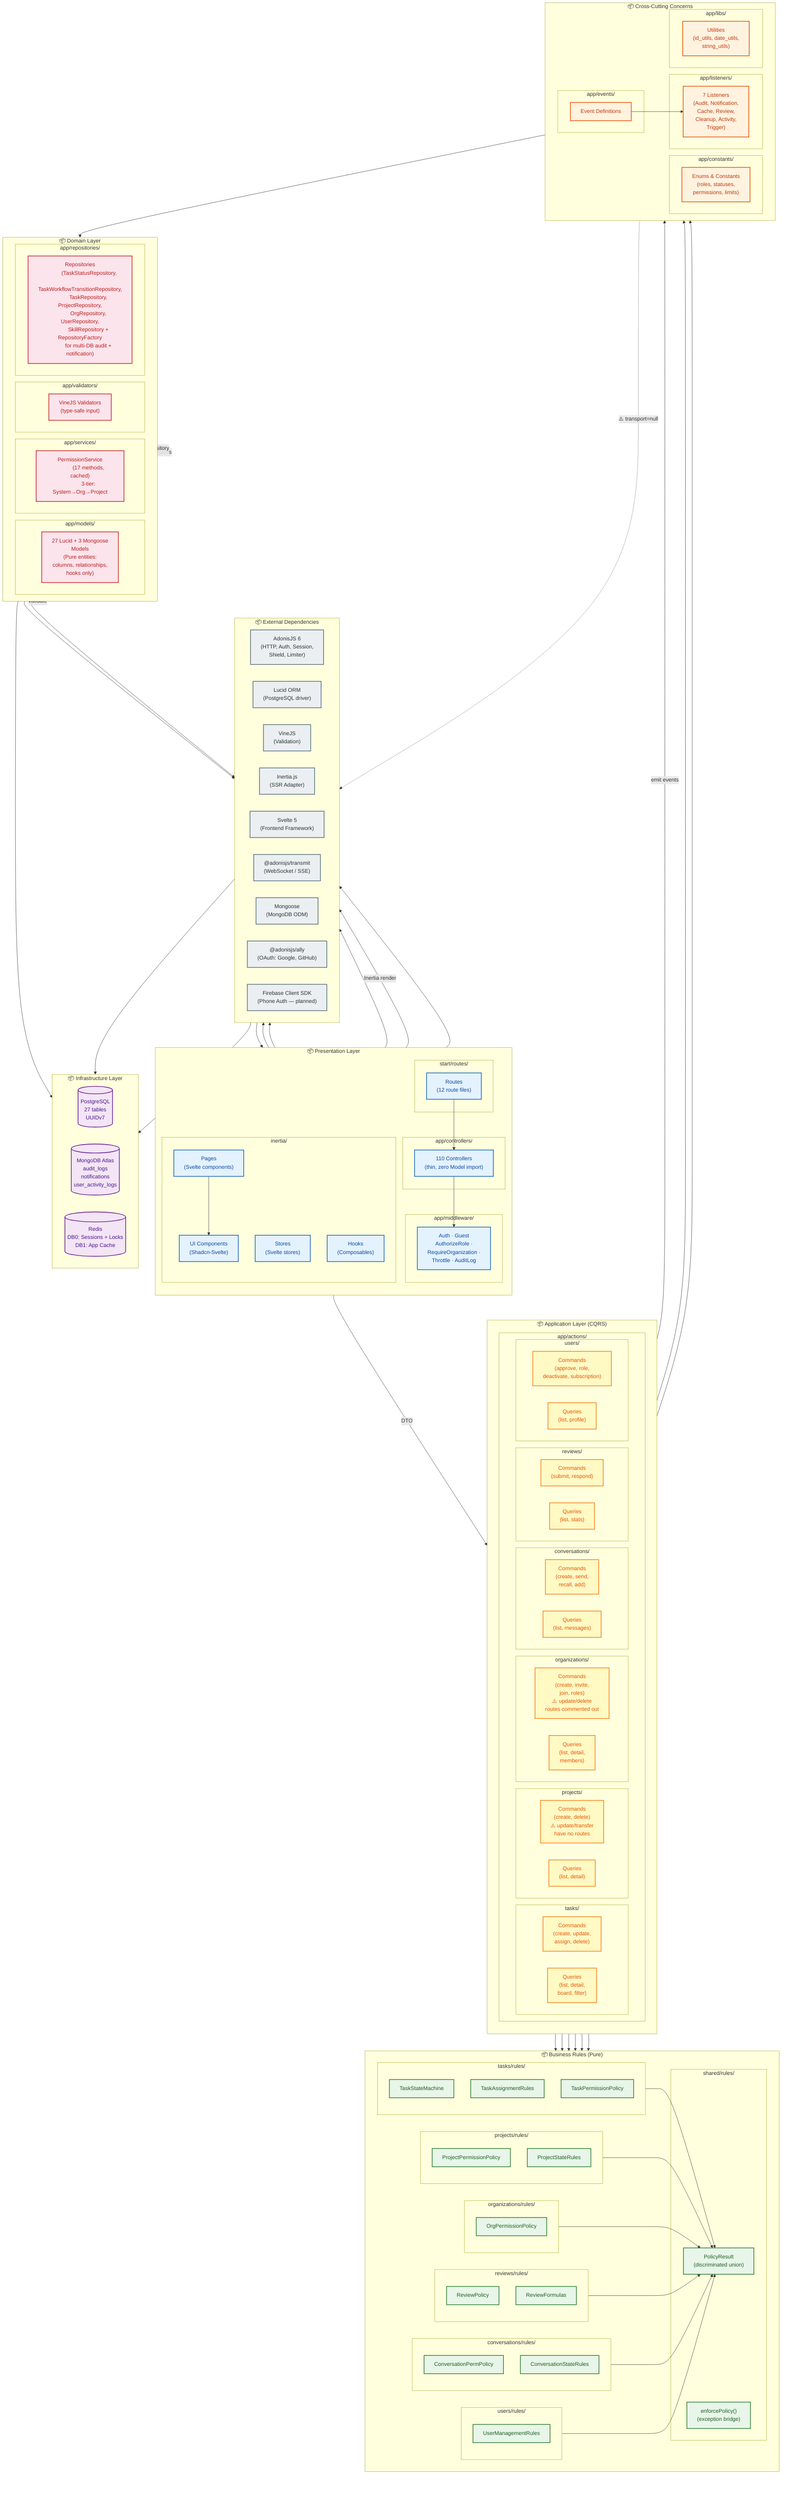
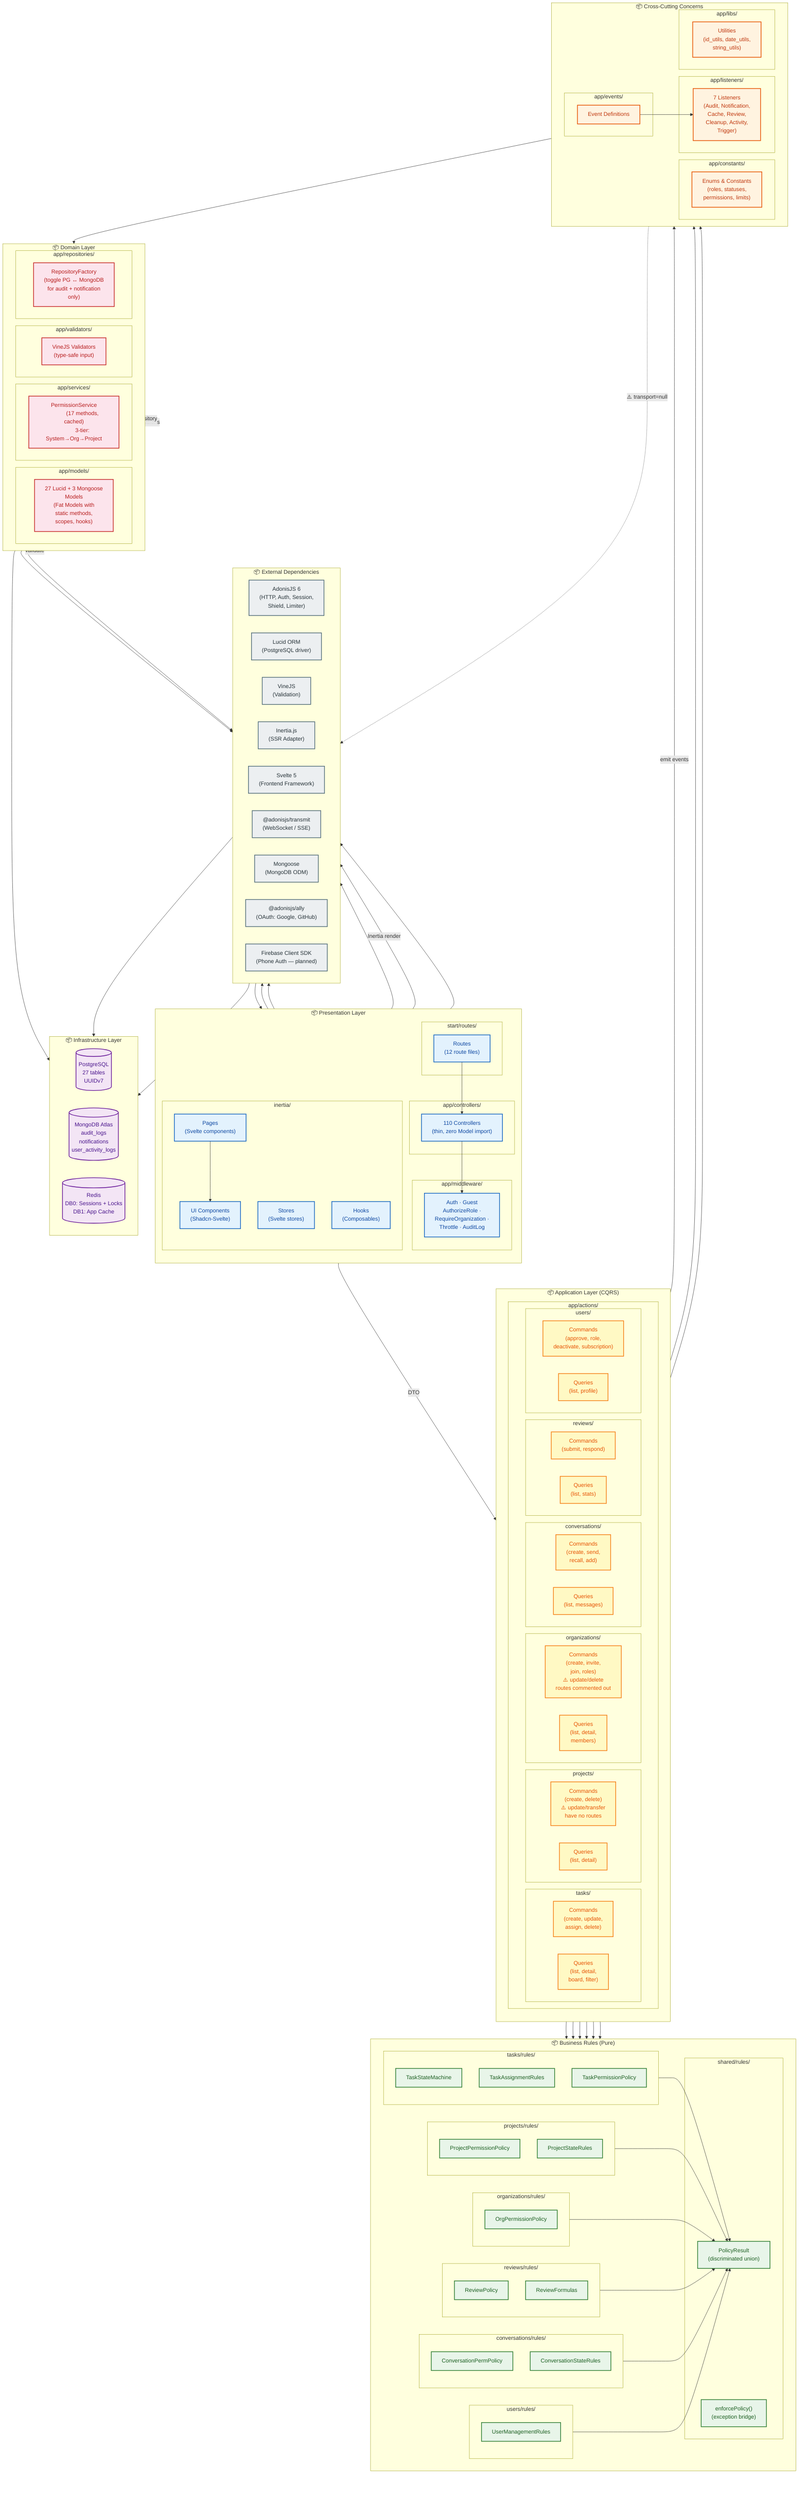
- %% ─────────────────────────────────────────────────────────────────────────────
- %% pkg_01_system_packages: Suar Platform — Full System Package Map (COMBINED)
- %% ─────────────────────────────────────────────────────────────────────────────
- %% NOTE: This is the combined reference diagram for all package layers.
- %% For easier reading, this diagram has been split into focused sub-diagrams:
- %%   pkg_01_overview.mmd          -- High-level 5-layer overview (start here)
- %%   pkg_02_application_layer.mmd -- CQRS Actions breakdown by domain
- %%   pkg_03_business_rules.mmd    -- Business rules (pure, zero DB deps)
- %%   pkg_04_domain_infra.mmd      -- Domain models, repos, DB backends
- %%   pkg_05_crosscutting.mmd      -- Events, Listeners, Constants, Libs
- %% ─────────────────────────────────────────────────────────────────────────────
- %% Greenwich Thesis -- shows module dependencies and package structure
+ %% Package Diagram: Suar Platform System Packages
+ %% Greenwich Thesis — shows module dependencies and package structure
%% Based on AdonisJS 6 + CQRS architecture
%% Cross-referenced with actual backend code 2024
- %% Fixed: Route count 10->12, Controller count 107->110
- %% Fixed: Middleware names (no Permission/SilentAuth)
- %% Fixed: Firebase is for phone auth only (NOT push notifications)
- %% Removed: NotificationService, AuditService (don't exist as classes)
- %% Fixed: Repositories cover all domain entities (not only audit/notification)
+ %% ❌ Fixed: Route count 10→12, Controller count 107→110
+ %% ❌ Fixed: Middleware names (no Permission/SilentAuth)
+ %% ❌ Fixed: Firebase is for phone auth only (NOT push notifications)
+ %% ❌ Removed: NotificationService, AuditService (don't exist as classes)
+ %% ❌ Fixed: Repositories are only for audit/notification (not general abstraction)

graph TD
    %% ==============================
    %% External Packages
    %% ==============================
    subgraph external["📦 External Dependencies"]
        direction LR
        ADONIS["AdonisJS 6
        (HTTP, Auth, Session,
        Shield, Limiter)"]
        LUCID["Lucid ORM
        (PostgreSQL driver)"]
        VINE["VineJS
        (Validation)"]
        INERTIA["Inertia.js
        (SSR Adapter)"]
        SVELTE["Svelte 5
        (Frontend Framework)"]
        TRANSMIT["@adonisjs/transmit
        (WebSocket / SSE)"]
        MONGOOSE["Mongoose
        (MongoDB ODM)"]
        ALLY["@adonisjs/ally
        (OAuth: Google, GitHub)"]
        FIREBASE["Firebase Client SDK
        (Phone Auth — planned)"]
    end

    %% ==============================
    %% Presentation Package
    %% ==============================
    subgraph presentation["📦 Presentation Layer"]
        direction TB
        subgraph routes_pkg["start/routes/"]
            ROUTES["Routes
            (12 route files)"]
        end
        subgraph controllers_pkg["app/controllers/"]
            CONTROLLERS["110 Controllers
            (thin, zero Model import)"]
        end
        subgraph middleware_pkg["app/middleware/"]
            MIDDLEWARE["Auth · Guest
            AuthorizeRole ·
            RequireOrganization ·
            Throttle · AuditLog"]
        end
        subgraph frontend_pkg["inertia/"]
            PAGES["Pages
            (Svelte components)"]
            STORES["Stores
            (Svelte stores)"]
            HOOKS["Hooks
            (Composables)"]
            COMPONENTS["UI Components
            (Shadcn-Svelte)"]
        end
    end

    %% ==============================
    %% Application Package (CQRS)
    %% ==============================
    subgraph application["📦 Application Layer (CQRS)"]
        direction TB
        subgraph actions_pkg["app/actions/"]
            direction LR
            subgraph task_actions["tasks/"]
                T_CMD["Commands
                (create, update,
                assign, delete)"]
                T_QRY["Queries
                (list, detail,
                board, filter)"]
            end
            subgraph project_actions["projects/"]
                P_CMD["Commands
                (create, delete)
                ⚠️ update/transfer
                have no routes"]
                P_QRY["Queries
                (list, detail)"]
            end
            subgraph org_actions["organizations/"]
                O_CMD["Commands
                (create, invite,
                join, roles)
                ⚠️ update/delete
                routes commented out"]
                O_QRY["Queries
                (list, detail,
                members)"]
            end
            subgraph conv_actions["conversations/"]
                C_CMD["Commands
                (create, send,
                recall, add)"]
                C_QRY["Queries
                (list, messages)"]
            end
            subgraph review_actions["reviews/"]
                R_CMD["Commands
                (submit, respond)"]
                R_QRY["Queries
                (list, stats)"]
            end
            subgraph user_actions["users/"]
                U_CMD["Commands
                (approve, role,
                deactivate, subscription)"]
                U_QRY["Queries
                (list, profile)"]
            end
        end
    end

    %% ==============================
    %% Rules Package (Pure Business Logic)
    %% ==============================
    subgraph rules["📦 Business Rules (Pure)"]
        direction LR
        subgraph shared_rules["shared/rules/"]
            POLICY_RESULT["PolicyResult
            (discriminated union)"]
            ENFORCE["enforcePolicy()
            (exception bridge)"]
        end
        subgraph task_rules["tasks/rules/"]
            TSM["TaskStateMachine"]
            TAR["TaskAssignmentRules"]
            TPP["TaskPermissionPolicy"]
        end
        subgraph project_rules["projects/rules/"]
            PPP["ProjectPermissionPolicy"]
            PSR["ProjectStateRules"]
        end
        subgraph org_rules["organizations/rules/"]
            OPP["OrgPermissionPolicy"]
        end
        subgraph review_rules_pkg["reviews/rules/"]
            RP["ReviewPolicy"]
            RF["ReviewFormulas"]
        end
        subgraph conv_rules["conversations/rules/"]
            CPP["ConversationPermPolicy"]
            CSR["ConversationStateRules"]
        end
        subgraph user_rules["users/rules/"]
            UMR["UserManagementRules"]
        end
    end

    %% ==============================
    %% Domain Package
    %% ==============================
    subgraph domain["📦 Domain Layer"]
        direction LR
        subgraph models_pkg["app/models/"]
            MODELS["27 Lucid + 3 Mongoose
            Models
-             (Pure entities:
-             columns, relationships,
-             hooks only)"]
+             (Fat Models with
+             static methods,
+             scopes, hooks)"]
        end
        subgraph services_pkg["app/services/"]
            PERM_SVC["PermissionService
            (17 methods, cached)
            3-tier: System→Org→Project"]
        end
        subgraph validators_pkg["app/validators/"]
            VALIDATORS["VineJS Validators
            (type-safe input)"]
        end
        subgraph repos_pkg["app/repositories/"]
-             REPOS["Repositories
-             (TaskStatusRepository,
-             TaskWorkflowTransitionRepository,
-             TaskRepository, ProjectRepository,
-             OrgRepository, UserRepository,
-             SkillRepository + RepositoryFactory
-             for multi-DB audit + notification)"]
+             REPOS["RepositoryFactory
+             (toggle PG ↔ MongoDB
+             for audit + notification
+             only)"]
        end
    end

    %% ==============================
    %% Infrastructure Package
    %% ==============================
    subgraph infrastructure["📦 Infrastructure Layer"]
        direction LR
        PG[("PostgreSQL
        27 tables
        UUIDv7")]
        MONGO[("MongoDB Atlas
        audit_logs
        notifications
        user_activity_logs")]
        REDIS[("Redis
        DB0: Sessions + Locks
        DB1: App Cache")]
    end

    %% ==============================
    %% Cross-Cutting Package
    %% ==============================
    subgraph crosscutting["📦 Cross-Cutting Concerns"]
        direction LR
        subgraph events_pkg["app/events/"]
            EVENTS["Event Definitions"]
        end
        subgraph listeners_pkg["app/listeners/"]
            LISTENERS["7 Listeners
            (Audit, Notification,
            Cache, Review,
            Cleanup, Activity,
            Trigger)"]
        end
        subgraph constants_pkg["app/constants/"]
            CONSTANTS["Enums & Constants
            (roles, statuses,
            permissions, limits)"]
        end
        subgraph libs_pkg["app/libs/"]
            LIBS["Utilities
            (id_utils, date_utils,
            string_utils)"]
        end
    end

    %% ==============================
    %% Package Dependencies
    %% ==============================

    %% Presentation → Application
    ROUTES --> CONTROLLERS
    CONTROLLERS --> MIDDLEWARE
    CONTROLLERS -->|"DTO"| actions_pkg

    %% Frontend → External
    PAGES --> SVELTE
    PAGES --> COMPONENTS
    COMPONENTS --> SVELTE
    STORES --> SVELTE
    CONTROLLERS -->|"Inertia render"| INERTIA
    INERTIA --> PAGES

    %% Application → Rules (pure)
    T_CMD --> task_rules
    P_CMD --> project_rules
    O_CMD --> org_rules
    R_CMD --> review_rules_pkg
    C_CMD --> conv_rules
    U_CMD --> user_rules

    %% Rules → Shared
    task_rules --> POLICY_RESULT
    project_rules --> POLICY_RESULT
    org_rules --> POLICY_RESULT
    review_rules_pkg --> POLICY_RESULT
    conv_rules --> POLICY_RESULT
    user_rules --> POLICY_RESULT

    %% Application → Domain
    actions_pkg -->|"validate"| VALIDATORS
    actions_pkg -->|"permissions"| PERM_SVC
    actions_pkg -->|"read/write"| MODELS
    actions_pkg -->|"repository"| REPOS

    %% Domain → Infrastructure
    MODELS --> LUCID --> PG
    REPOS --> MONGOOSE --> MONGO
    PERM_SVC --> REDIS
    CONTROLLERS --> ADONIS

    %% Cross-cutting connections
    actions_pkg -->|"emit events"| EVENTS
    EVENTS --> LISTENERS
    LISTENERS --> REPOS
    LISTENERS -.->|"⚠️ transport=null"| TRANSMIT
    actions_pkg --> CONSTANTS
    actions_pkg --> LIBS

    %% ==============================
    %% Styling
    %% ==============================
    classDef extStyle fill:#ECEFF1,stroke:#546E7A,stroke-width:2px,color:#263238
    classDef presStyle fill:#E3F2FD,stroke:#1565C0,stroke-width:2px,color:#0D47A1
    classDef appStyle fill:#FFF9C4,stroke:#F57F17,stroke-width:2px,color:#E65100
    classDef ruleStyle fill:#E8F5E9,stroke:#2E7D32,stroke-width:2px,color:#1B5E20
    classDef domStyle fill:#FCE4EC,stroke:#C62828,stroke-width:2px,color:#B71C1C
    classDef infraStyle fill:#F3E5F5,stroke:#6A1B9A,stroke-width:2px,color:#4A148C
    classDef crossStyle fill:#FFF3E0,stroke:#E65100,stroke-width:2px,color:#BF360C

    class ADONIS,LUCID,VINE,INERTIA,SVELTE,TRANSMIT,MONGOOSE,ALLY,FIREBASE extStyle
    class ROUTES,CONTROLLERS,MIDDLEWARE,PAGES,STORES,HOOKS,COMPONENTS presStyle
    class T_CMD,T_QRY,P_CMD,P_QRY,O_CMD,O_QRY,C_CMD,C_QRY,R_CMD,R_QRY,U_CMD,U_QRY appStyle
    class POLICY_RESULT,ENFORCE,TSM,TAR,TPP,PPP,PSR,OPP,RP,RF,CPP,CSR,UMR ruleStyle
    class MODELS,PERM_SVC,VALIDATORS,REPOS domStyle
    class PG,MONGO,REDIS infraStyle
    class EVENTS,LISTENERS,CONSTANTS,LIBS crossStyle


